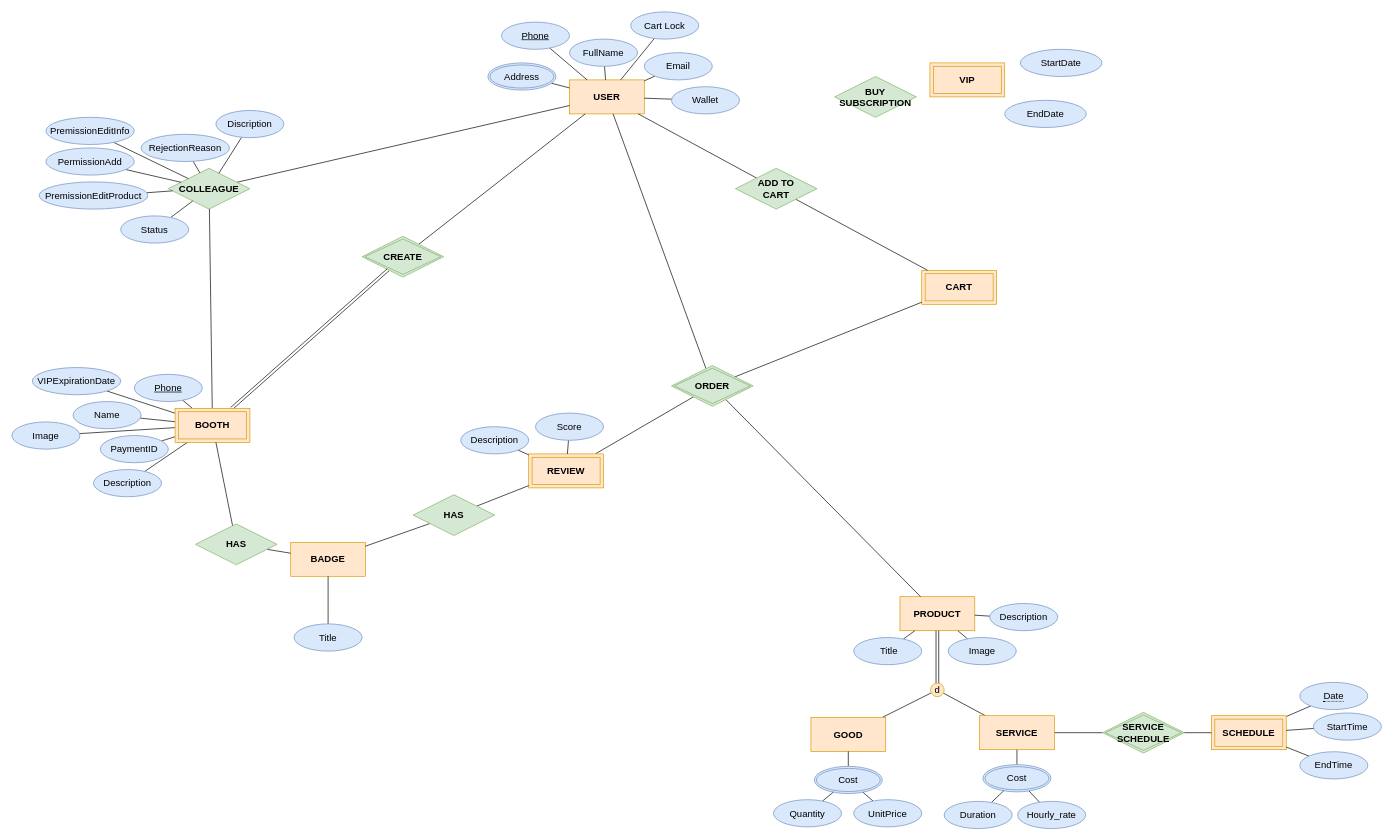
This is DivarBasuEER.drawio from ReyhunSKhosravi/DivarBasu, a draw.io file, before an edit. Source tidied: cells renumbered, new cells numbered last; positions are measured from the earlier drawing's top-left corner, leaving out a move shared by most shapes. Both pictures are drawn from the tidied source at 68%, with x=0, y=0 at pixel (12, 12).
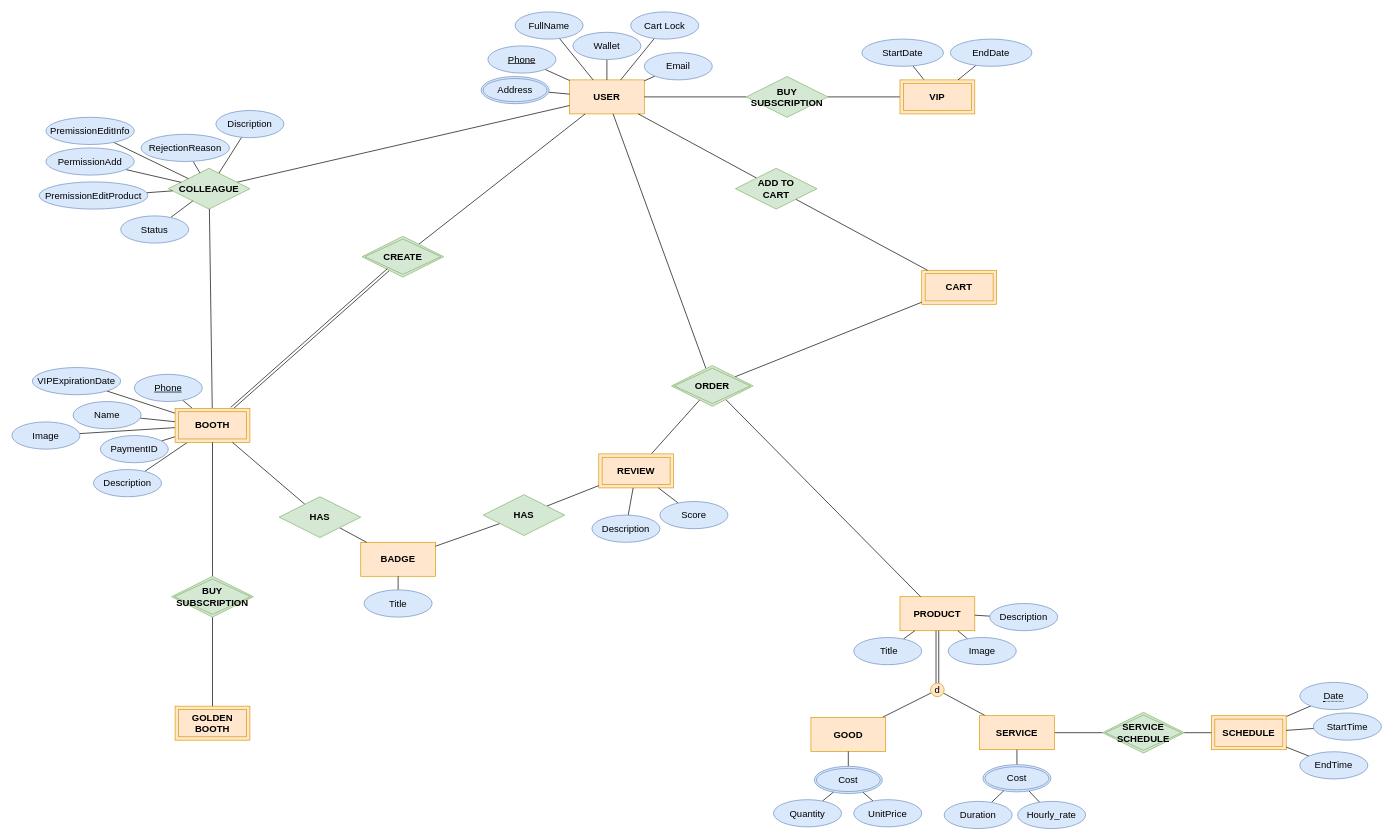
Above is the later version.

Commit message:
add buy subscription

The change refers to these unchanged cells:
```xml
<mxCell id="12" value="USER" style="whiteSpace=wrap;html=1;align=center;strokeColor=#d79b00;verticalAlign=middle;fontFamily=Helvetica;fontSize=14;fontColor=default;fillColor=#ffe6cc;fontStyle=1;" parent="1" vertex="1">
  <mxGeometry x="820" y="100" width="110" height="50" as="geometry" />
</mxCell>
<mxCell id="86" value="&lt;font style=&quot;font-size: 14px;&quot;&gt;&lt;b&gt;BOOTH&lt;/b&gt;&lt;/font&gt;" style="shape=ext;margin=3;double=1;whiteSpace=wrap;html=1;align=center;fillColor=#ffe6cc;strokeColor=#d79b00;" parent="1" vertex="1">
  <mxGeometry x="240" y="583" width="110" height="50" as="geometry" />
</mxCell>
```

What changed in the source:
```diff
@@
     <mxCell id="3" value="&lt;font style=&quot;font-size: 14px;&quot;&gt;&lt;b&gt;REVIEW&lt;/b&gt;&lt;/font&gt;" style="shape=ext;margin=3;double=1;whiteSpace=wrap;html=1;align=center;fillColor=#ffe6cc;strokeColor=#d79b00;" parent="1" vertex="1">
-      <mxGeometry x="760" y="650" width="110" height="50" as="geometry" />
+      <mxGeometry x="863" y="650" width="110" height="50" as="geometry" />
     </mxCell>
@@
     <mxCell id="15" value="Address" style="ellipse;shape=doubleEllipse;margin=3;whiteSpace=wrap;html=1;align=center;fillColor=#dae8fc;strokeColor=#6c8ebf;fontSize=14;" parent="1" vertex="1">
-      <mxGeometry x="700" y="75" width="100" height="40" as="geometry" />
+      <mxGeometry x="690" y="95" width="100" height="40" as="geometry" />
     </mxCell>
@@
     <mxCell id="17" value="Phone" style="ellipse;whiteSpace=wrap;html=1;align=center;fontStyle=4;fillColor=#dae8fc;strokeColor=#6c8ebf;fontSize=14;" parent="1" vertex="1">
-      <mxGeometry x="720" y="15" width="100" height="40" as="geometry" />
+      <mxGeometry x="700" y="50" width="100" height="40" as="geometry" />
     </mxCell>
@@
     <mxCell id="21" value="Wallet" style="ellipse;whiteSpace=wrap;html=1;align=center;fillColor=#dae8fc;strokeColor=#6c8ebf;fontSize=14;" parent="1" vertex="1">
-      <mxGeometry x="970" y="110" width="100" height="40" as="geometry" />
+      <mxGeometry x="825" y="30" width="100" height="40" as="geometry" />
     </mxCell>
@@
     <mxCell id="23" value="FullName" style="ellipse;whiteSpace=wrap;html=1;align=center;fillColor=#dae8fc;strokeColor=#6c8ebf;fontSize=14;" parent="1" vertex="1">
-      <mxGeometry x="820" y="40" width="100" height="40" as="geometry" />
+      <mxGeometry x="740" width="100" height="40" as="geometry" />
     </mxCell>
+    <mxCell id="108" style="rounded=0;jettySize=auto;html=1;endArrow=none;endFill=0;" parent="1" edge="1" source="24" target="40">
+      <mxGeometry relative="1" as="geometry" />
+    </mxCell>
     <mxCell id="24" value="StartDate" style="ellipse;whiteSpace=wrap;html=1;align=center;fillColor=#dae8fc;strokeColor=#6c8ebf;fontSize=14;" parent="1" vertex="1">
-      <mxGeometry x="1483" y="55" width="120" height="40" as="geometry" />
+      <mxGeometry x="1250" y="40" width="120" height="40" as="geometry" />
     </mxCell>
@@
     <mxCell id="26" value="Score" style="ellipse;whiteSpace=wrap;html=1;align=center;fillColor=#dae8fc;strokeColor=#6c8ebf;fontSize=14;" parent="1" vertex="1">
-      <mxGeometry x="770" y="590" width="100" height="40" as="geometry" />
+      <mxGeometry x="953" y="720" width="100" height="40" as="geometry" />
     </mxCell>
@@
     <mxCell id="28" value="Description" style="ellipse;whiteSpace=wrap;html=1;align=center;fillColor=#dae8fc;strokeColor=#6c8ebf;fontSize=14;" parent="1" vertex="1">
-      <mxGeometry x="660" y="610" width="100" height="40" as="geometry" />
+      <mxGeometry x="853" y="740" width="100" height="40" as="geometry" />
     </mxCell>
@@
+    <mxCell id="109" style="rounded=0;jettySize=auto;html=1;endArrow=none;endFill=0;" parent="1" edge="1" source="39" target="12">
+      <mxGeometry relative="1" as="geometry" />
+    </mxCell>
+    <mxCell id="110" style="rounded=0;jettySize=auto;html=1;endArrow=none;endFill=0;" parent="1" edge="1" source="39" target="40">
+      <mxGeometry relative="1" as="geometry" />
+    </mxCell>
     <mxCell id="39" value="&lt;span style=&quot;font-size: 14px;&quot;&gt;&lt;b&gt;BUY&lt;/b&gt;&lt;/span&gt;&lt;div&gt;&lt;span style=&quot;font-size: 14px;&quot;&gt;&lt;b&gt;SUBSCRIPTION&lt;/b&gt;&lt;/span&gt;&lt;/div&gt;" style="shape=rhombus;perimeter=rhombusPerimeter;whiteSpace=wrap;html=1;align=center;fillColor=#d5e8d4;strokeColor=#82b366;" parent="1" vertex="1">
-      <mxGeometry x="1210" y="95" width="120" height="60" as="geometry" />
+      <mxGeometry x="1080" y="95" width="120" height="60" as="geometry" />
     </mxCell>
     <mxCell id="40" value="&lt;span style=&quot;font-size: 14px;&quot;&gt;&lt;b&gt;VIP&lt;/b&gt;&lt;/span&gt;" style="shape=ext;margin=3;double=1;whiteSpace=wrap;html=1;align=center;fillColor=#ffe6cc;strokeColor=#d79b00;" parent="1" vertex="1">
-      <mxGeometry x="1350" y="75" width="110" height="50" as="geometry" />
+      <mxGeometry x="1306" y="100" width="110" height="50" as="geometry" />
     </mxCell>
+    <mxCell id="111" style="rounded=0;jettySize=auto;html=1;endArrow=none;endFill=0;" parent="1" edge="1" source="41" target="40">
+      <mxGeometry relative="1" as="geometry" />
+    </mxCell>
     <mxCell id="41" value="EndDate" style="ellipse;whiteSpace=wrap;html=1;align=center;fillColor=#dae8fc;strokeColor=#6c8ebf;fontSize=14;" parent="1" vertex="1">
-      <mxGeometry x="1460" y="130" width="120" height="40" as="geometry" />
+      <mxGeometry x="1380" y="40" width="120" height="40" as="geometry" />
     </mxCell>
@@
     <mxCell id="87" value="BADGE" style="whiteSpace=wrap;html=1;align=center;strokeColor=#d79b00;verticalAlign=middle;fontFamily=Helvetica;fontSize=14;fontColor=default;fillColor=#ffe6cc;fontStyle=1;" parent="1" vertex="1">
-      <mxGeometry x="410" y="780" width="110" height="50" as="geometry" />
+      <mxGeometry x="513" y="780" width="110" height="50" as="geometry" />
     </mxCell>
@@
     <mxCell id="89" value="Title" style="ellipse;whiteSpace=wrap;html=1;align=center;fillColor=#dae8fc;strokeColor=#6c8ebf;fontSize=14;" parent="1" vertex="1">
-      <mxGeometry x="415" y="900" width="100" height="40" as="geometry" />
+      <mxGeometry x="518" y="850" width="100" height="40" as="geometry" />
     </mxCell>
@@
     <mxCell id="92" value="&lt;span style=&quot;font-size: 14px;&quot;&gt;&lt;b&gt;HAS&lt;/b&gt;&lt;/span&gt;" style="shape=rhombus;perimeter=rhombusPerimeter;whiteSpace=wrap;html=1;align=center;fillColor=#d5e8d4;strokeColor=#82b366;" parent="1" vertex="1">
-      <mxGeometry x="590" y="710" width="120" height="60" as="geometry" />
+      <mxGeometry x="693" y="710" width="120" height="60" as="geometry" />
     </mxCell>
+    <mxCell id="94" style="rounded=0;jettySize=auto;html=1;endArrow=none;endFill=0;" parent="1" edge="1" source="95" target="87">
+      <mxGeometry relative="1" as="geometry" />
+    </mxCell>
@@
-    <mxCell id="94" style="rounded=0;jettySize=auto;html=1;endArrow=none;endFill=0;" parent="1" edge="1" source="95" target="87">
-      <mxGeometry relative="1" as="geometry" />
-    </mxCell>
     <mxCell id="95" value="&lt;span style=&quot;font-size: 14px;&quot;&gt;&lt;b&gt;HAS&lt;/b&gt;&lt;/span&gt;" style="shape=rhombus;perimeter=rhombusPerimeter;whiteSpace=wrap;html=1;align=center;fillColor=#d5e8d4;strokeColor=#82b366;" parent="1" vertex="1">
-      <mxGeometry x="270" y="753" width="120" height="60" as="geometry" />
+      <mxGeometry x="393" y="713" width="120" height="60" as="geometry" />
     </mxCell>
@@
+    <mxCell id="112" value="&lt;font style=&quot;font-size: 14px;&quot;&gt;&lt;b&gt;GOLDEN&lt;br&gt;BOOTH&lt;/b&gt;&lt;/font&gt;" style="shape=ext;margin=3;double=1;whiteSpace=wrap;html=1;align=center;fillColor=#ffe6cc;strokeColor=#d79b00;" parent="1" vertex="1">
+      <mxGeometry x="240" y="1021" width="110" height="50" as="geometry" />
+    </mxCell>
+    <mxCell id="113" style="rounded=0;jettySize=auto;html=1;endArrow=none;endFill=0;" parent="1" edge="1" source="115" target="86">
+      <mxGeometry relative="1" as="geometry" />
+    </mxCell>
+    <mxCell id="114" style="rounded=0;jettySize=auto;html=1;endArrow=none;endFill=0;" parent="1" edge="1" source="115" target="112">
+      <mxGeometry relative="1" as="geometry" />
+    </mxCell>
+    <mxCell id="115" value="&lt;span style=&quot;font-size: 14px;&quot;&gt;&lt;b&gt;BUY&lt;br&gt;SUBSCRIPTION&lt;/b&gt;&lt;/span&gt;" style="shape=rhombus;double=1;perimeter=rhombusPerimeter;whiteSpace=wrap;html=1;align=center;fillColor=#d5e8d4;strokeColor=#82b366;" parent="1" vertex="1">
+      <mxGeometry x="235" y="830" width="120" height="60" as="geometry" />
+    </mxCell>
```
